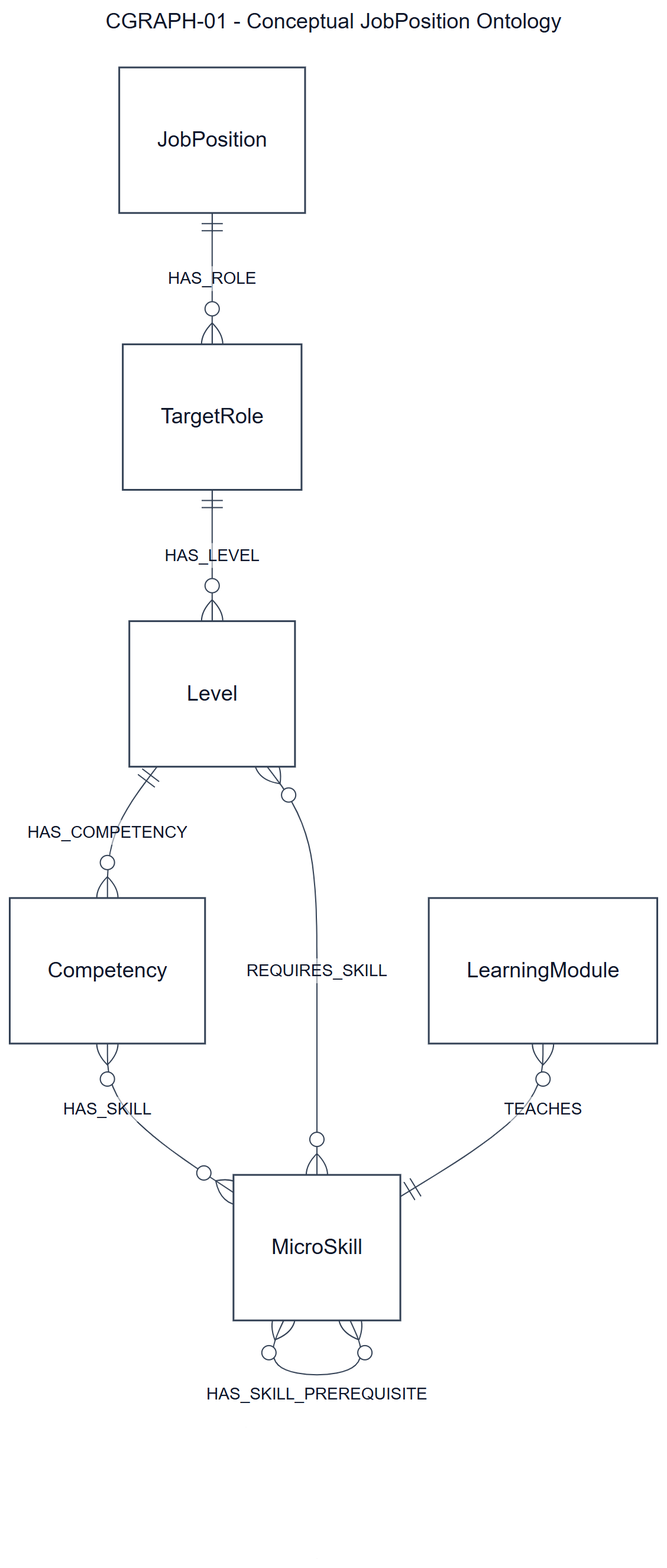
Earlier version of the Mermaid export documents/diagrams/mermaid/cgraph-01.png (SEP490-Fall-2026-GFA26SE64/SEP490). Its source is kept beside it as documents/diagrams/mermaid/cgraph-01.mmd.
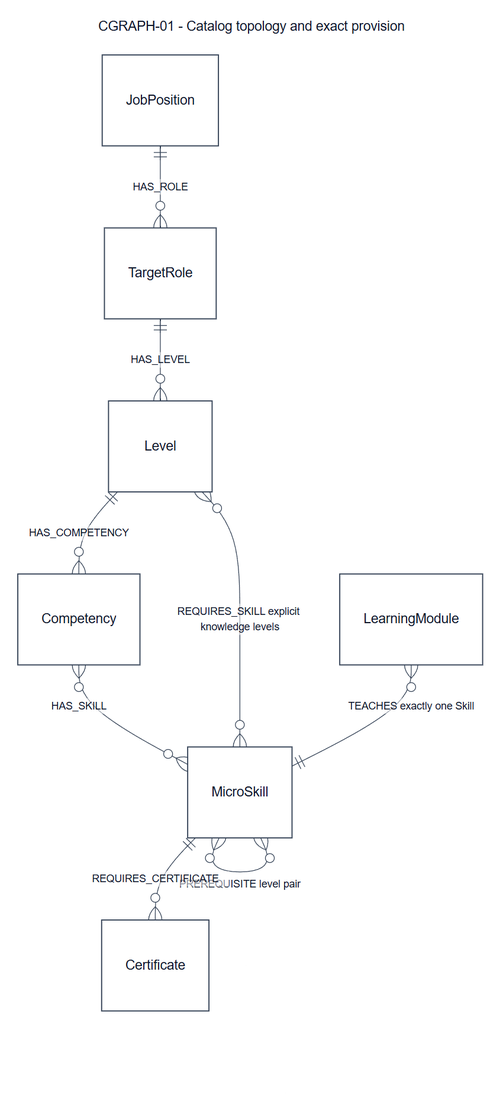
The same diagram one commit later.

Diff of the diagram source:
```diff
@@ -1,5 +1,5 @@
 ---
-title: "CGRAPH-01 - Conceptual JobPosition Ontology"
+title: "CGRAPH-01 - Catalog topology and exact provision"
 config:
   layout: dagre
   look: classic
@@ -9,19 +9,14 @@
   themeVariables: {background: "#ffffff", primaryColor: "#ffffff", primaryTextColor: "#0f172a", primaryBorderColor: "#334155", lineColor: "#334155", textColor: "#0f172a", edgeLabelBackground: "#ffffff", fontSize: "18px"}
   er: {nodeSpacing: 50, rankSpacing: 90, minEntityWidth: 140, diagramPadding: 32}
 ---
+
 erDiagram
   direction TB
-  SDD_GRAPH_01_JobPosition["JobPosition"]
-  SDD_GRAPH_01_TargetRole["TargetRole"]
-  SDD_GRAPH_01_Level["Level"]
-  SDD_GRAPH_01_Competency["Competency"]
-  SDD_GRAPH_01_MicroSkill["MicroSkill"]
-  SDD_GRAPH_01_LearningModule["LearningModule"]
-
-  SDD_GRAPH_01_JobPosition ||--o{ SDD_GRAPH_01_TargetRole : "HAS_ROLE"
-  SDD_GRAPH_01_TargetRole ||--o{ SDD_GRAPH_01_Level : "HAS_LEVEL"
-  SDD_GRAPH_01_Level ||--o{ SDD_GRAPH_01_Competency : "HAS_COMPETENCY"
-  SDD_GRAPH_01_Competency }o--o{ SDD_GRAPH_01_MicroSkill : "HAS_SKILL"
-  SDD_GRAPH_01_Level }o--o{ SDD_GRAPH_01_MicroSkill : "REQUIRES_SKILL"
-  SDD_GRAPH_01_LearningModule }o--|| SDD_GRAPH_01_MicroSkill : "TEACHES"
-  SDD_GRAPH_01_MicroSkill }o--o{ SDD_GRAPH_01_MicroSkill : "HAS_SKILL_PREREQUISITE"
+  JobPosition ||--o{ TargetRole : "HAS_ROLE"
+  TargetRole ||--o{ Level : "HAS_LEVEL"
+  Level ||--o{ Competency : "HAS_COMPETENCY"
+  Competency }o--o{ MicroSkill : "HAS_SKILL"
+  Level }o--o{ MicroSkill : "REQUIRES_SKILL explicit knowledge levels"
+  LearningModule }o--|| MicroSkill : "TEACHES exactly one Skill"
+  MicroSkill }o--o{ MicroSkill : "PREREQUISITE level pair"
+  MicroSkill ||--o{ Certificate : "REQUIRES_CERTIFICATE"
```
